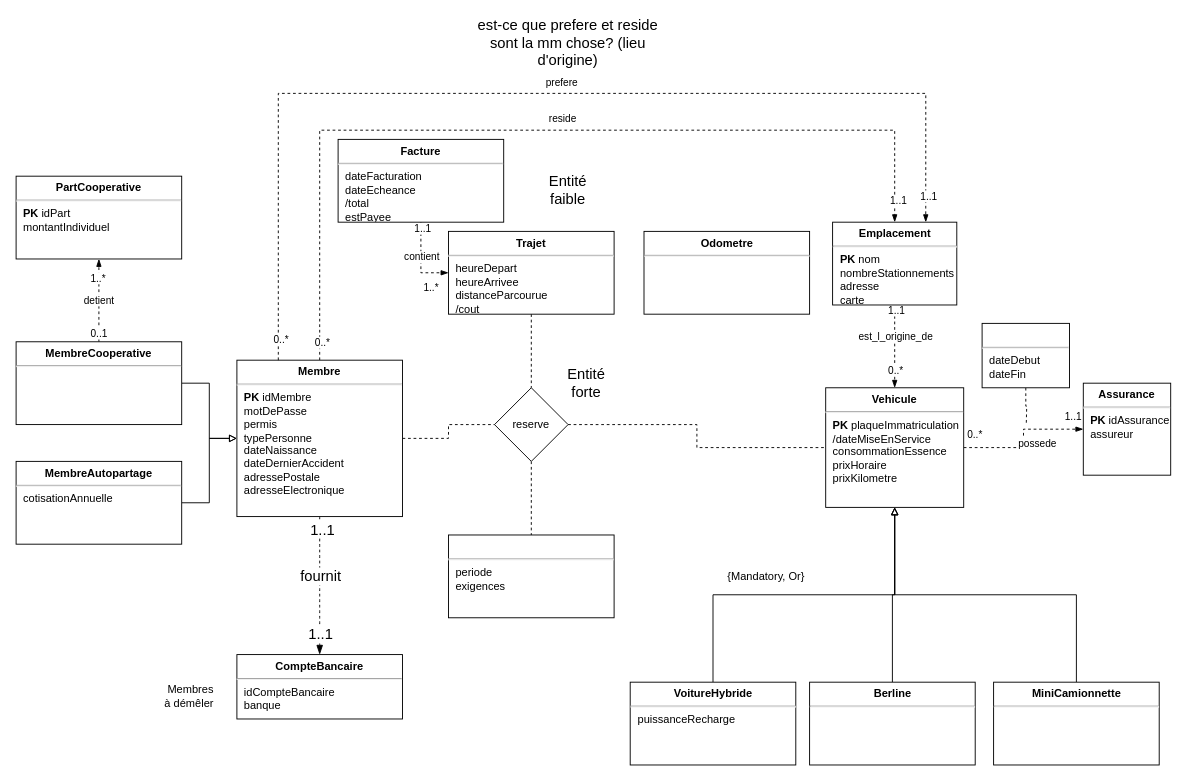
The draw.io diagram page "Juliette" (2 of 2) of TP4.drawio in lyg2/Reservation-SQL, before the edit. Source tidied: cells renumbered, new cells numbered last; positions are measured from the earlier drawing's top-left corner, leaving out a move shared by most shapes. Both pictures are drawn from the tidied source at 92%, with x=0, y=0 at pixel (16, 29).
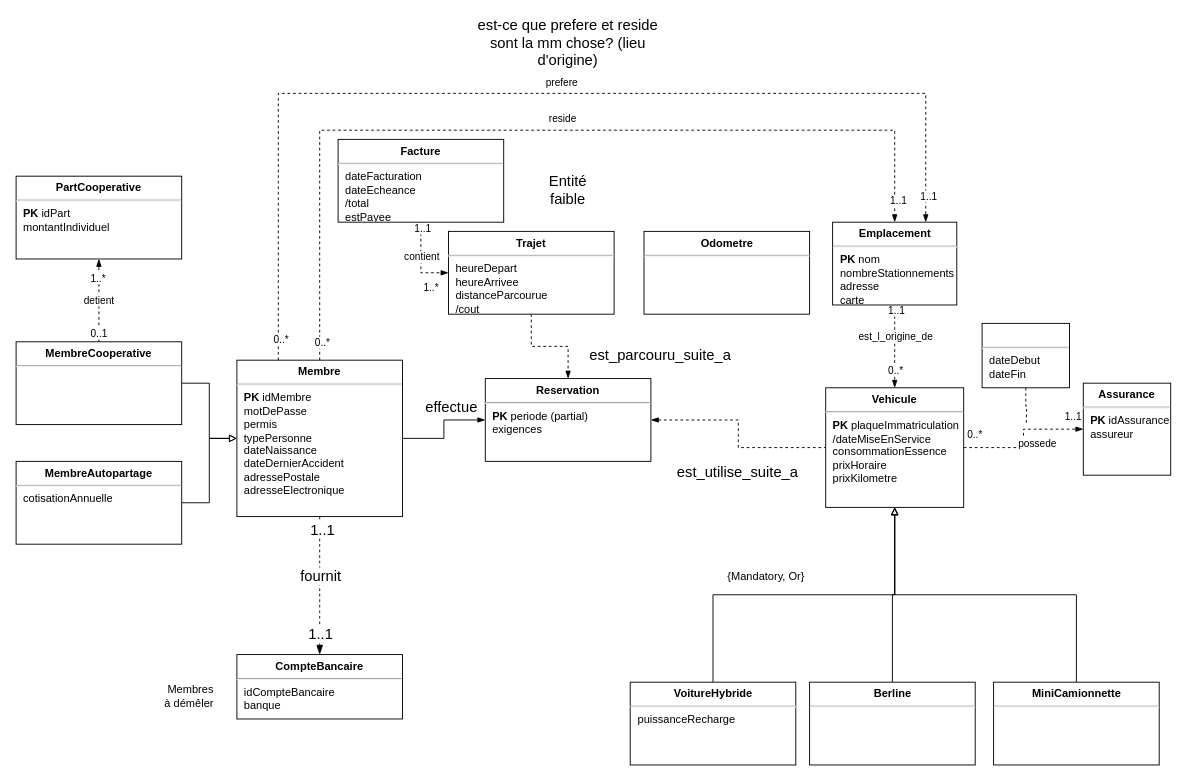
The same page after the edit.

Unchanged cells that the change refers to:
```xml
<mxCell id="5" value="&lt;p style=&quot;margin:0px;margin-top:6px;text-align:center;&quot;&gt;&lt;b&gt;Ve&lt;/b&gt;&lt;b style=&quot;background-color: initial;&quot;&gt;hicule&lt;/b&gt;&lt;/p&gt;&lt;hr&gt;&lt;p style=&quot;margin:0px;margin-left:8px;&quot;&gt;&lt;b&gt;PK&lt;/b&gt; plaqueImmatriculation&lt;/p&gt;&lt;p style=&quot;margin:0px;margin-left:8px;&quot;&gt;/dateMiseEnService&lt;/p&gt;&lt;p style=&quot;margin:0px;margin-left:8px;&quot;&gt;consommationEssence&lt;/p&gt;&lt;p style=&quot;margin:0px;margin-left:8px;&quot;&gt;prixHoraire&lt;/p&gt;&lt;p style=&quot;margin:0px;margin-left:8px;&quot;&gt;prixKilometre&lt;/p&gt;" style="align=left;overflow=fill;html=1;" parent="1" vertex="1">
  <mxGeometry x="880" y="390" width="150" height="130" as="geometry" />
</mxCell>
<mxCell id="34" value="&lt;p style=&quot;margin:0px;margin-top:6px;text-align:center;&quot;&gt;&lt;b&gt;Trajet&lt;/b&gt;&lt;/p&gt;&lt;hr&gt;&lt;p style=&quot;margin:0px;margin-left:8px;&quot;&gt;heureDepart&lt;/p&gt;&lt;p style=&quot;margin:0px;margin-left:8px;&quot;&gt;heureArrivee&lt;/p&gt;&lt;p style=&quot;margin:0px;margin-left:8px;&quot;&gt;distanceParcourue&lt;/p&gt;&lt;p style=&quot;margin:0px;margin-left:8px;&quot;&gt;/cout&lt;/p&gt;" style="align=left;overflow=fill;html=1;" parent="1" vertex="1">
  <mxGeometry x="470" y="220" width="180" height="90" as="geometry" />
</mxCell>
<mxCell id="50" value="&lt;p style=&quot;margin:0px;margin-top:6px;text-align:center;&quot;&gt;&lt;b&gt;Membre&lt;/b&gt;&lt;/p&gt;&lt;hr&gt;&lt;p style=&quot;margin:0px;margin-left:8px;&quot;&gt;&lt;b&gt;PK &lt;/b&gt;idMembre&lt;/p&gt;&lt;p style=&quot;margin:0px;margin-left:8px;&quot;&gt;motDePasse&lt;/p&gt;&lt;p style=&quot;margin:0px;margin-left:8px;&quot;&gt;permis&lt;/p&gt;&lt;p style=&quot;margin:0px;margin-left:8px;&quot;&gt;typePersonne&lt;br&gt;&lt;/p&gt;&lt;p style=&quot;margin:0px;margin-left:8px;&quot;&gt;dateNaissance&lt;br&gt;&lt;/p&gt;&lt;p style=&quot;margin:0px;margin-left:8px;&quot;&gt;dateDernierAccident&lt;br&gt;&lt;/p&gt;&lt;p style=&quot;margin:0px;margin-left:8px;&quot;&gt;adressePostale&lt;/p&gt;&lt;p style=&quot;margin:0px;margin-left:8px;&quot;&gt;adresseElectronique&lt;/p&gt;&lt;p style=&quot;margin:0px;margin-left:8px;&quot;&gt;&lt;br&gt;&lt;/p&gt;" style="align=left;overflow=fill;html=1;" parent="1" vertex="1">
  <mxGeometry x="240" y="360" width="180" height="170" as="geometry" />
</mxCell>
```

The edit, as a diff of the source:
```diff
@@
-    <mxCell id="24" style="edgeStyle=orthogonalEdgeStyle;rounded=0;jettySize=auto;html=1;exitX=0.5;exitY=1;exitDx=0;exitDy=0;entryX=0.5;entryY=0;entryDx=0;entryDy=0;endArrow=none;endFill=0;dashed=1;" parent="1" edge="1" source="26" target="27">
-      <mxGeometry relative="1" as="geometry" />
-    </mxCell>
-    <mxCell id="25" style="edgeStyle=orthogonalEdgeStyle;rounded=0;jettySize=auto;html=1;exitX=1;exitY=0.5;exitDx=0;exitDy=0;entryX=0;entryY=0.5;entryDx=0;entryDy=0;endArrow=none;endFill=0;dashed=1;" parent="1" edge="1" source="26" target="5">
+    <mxCell id="25" style="edgeStyle=orthogonalEdgeStyle;rounded=0;jettySize=auto;html=1;exitX=1;exitY=0.5;exitDx=0;exitDy=0;entryX=0;entryY=0.5;entryDx=0;entryDy=0;endArrow=none;endFill=0;dashed=1;startArrow=blockThin;startFill=1;" parent="1" edge="1" source="63" target="5">
       <mxGeometry relative="1" as="geometry" />
     </mxCell>
-    <mxCell id="26" value="reserve" style="rhombus;whiteSpace=wrap;html=1;" parent="1" vertex="1">
-      <mxGeometry x="520" y="390" width="80" height="80" as="geometry" />
-    </mxCell>
-    <mxCell id="27" value="&lt;p style=&quot;margin:0px;margin-top:6px;text-align:center;&quot;&gt;&lt;br&gt;&lt;/p&gt;&lt;hr&gt;&lt;p style=&quot;margin:0px;margin-left:8px;&quot;&gt;periode&lt;/p&gt;&lt;p style=&quot;margin:0px;margin-left:8px;&quot;&gt;exigences&lt;/p&gt;&lt;p style=&quot;margin:0px;margin-left:8px;&quot;&gt;&lt;br&gt;&lt;/p&gt;" style="align=left;overflow=fill;html=1;" parent="1" vertex="1">
-      <mxGeometry x="470" y="550" width="180" height="90" as="geometry" />
-    </mxCell>
+    <mxCell id="60" value="est_utilise_suite_a" style="edgeLabel;html=1;align=center;verticalAlign=middle;fontSize=16;" parent="25" vertex="1">
+      <mxGeometry x="-0.3" relative="1" as="geometry">
+        <mxPoint x="16" y="55" as="offset" />
+      </mxGeometry>
+    </mxCell>
@@
-    <mxCell id="33" style="edgeStyle=orthogonalEdgeStyle;rounded=0;jettySize=auto;html=1;entryX=0.5;entryY=0;entryDx=0;entryDy=0;endArrow=none;endFill=0;dashed=1;" parent="1" edge="1" source="34" target="26">
+    <mxCell id="33" style="edgeStyle=orthogonalEdgeStyle;rounded=0;jettySize=auto;html=1;endArrow=blockThin;endFill=1;dashed=1;entryX=0.5;entryY=0;entryDx=0;entryDy=0;startArrow=none;startFill=0;" parent="1" edge="1" source="34" target="63">
       <mxGeometry relative="1" as="geometry" />
     </mxCell>
+    <mxCell id="61" value="est_parcouru_suite_a" style="edgeLabel;html=1;align=center;verticalAlign=middle;fontSize=16;" parent="33" vertex="1">
+      <mxGeometry x="-0.24" relative="1" as="geometry">
+        <mxPoint x="132" y="8" as="offset" />
+      </mxGeometry>
+    </mxCell>
@@
-    <mxCell id="41" style="edgeStyle=orthogonalEdgeStyle;rounded=0;jettySize=auto;html=1;endArrow=none;dashed=1;endFill=0;entryX=0;entryY=0.5;entryDx=0;entryDy=0;" parent="1" edge="1" source="50" target="26">
+    <mxCell id="41" style="edgeStyle=orthogonalEdgeStyle;rounded=0;jettySize=auto;html=1;endArrow=blockThin;endFill=1;entryX=0;entryY=0.5;entryDx=0;entryDy=0;" parent="1" edge="1" source="50" target="63">
       <mxGeometry relative="1" as="geometry" />
     </mxCell>
+    <mxCell id="62" value="effectue" style="edgeLabel;html=1;align=center;verticalAlign=middle;fontSize=16;" parent="41" vertex="1">
+      <mxGeometry x="-0.38" relative="1" as="geometry">
+        <mxPoint x="18" y="-35" as="offset" />
+      </mxGeometry>
+    </mxCell>
@@
-    <mxCell id="59" value="Entité forte" style="text;html=1;strokeColor=none;fillColor=none;align=center;verticalAlign=middle;whiteSpace=wrap;rounded=0;fontSize=16;" parent="1" vertex="1">
-      <mxGeometry x="590" y="370" width="60" height="30" as="geometry" />
-    </mxCell>
+    <mxCell id="63" value="&lt;p style=&quot;margin:0px;margin-top:6px;text-align:center;&quot;&gt;&lt;b&gt;Reservation&lt;/b&gt;&lt;/p&gt;&lt;hr&gt;&lt;p style=&quot;border-color: var(--border-color); margin: 0px 0px 0px 8px;&quot;&gt;&lt;b&gt;PK&lt;/b&gt; periode (partial)&lt;/p&gt;&lt;p style=&quot;border-color: var(--border-color); margin: 0px 0px 0px 8px;&quot;&gt;&lt;span style=&quot;background-color: initial;&quot;&gt;exigences&lt;/span&gt;&lt;/p&gt;" style="align=left;overflow=fill;html=1;" parent="1" vertex="1">
+      <mxGeometry x="510" y="380" width="180" height="90" as="geometry" />
+    </mxCell>
```
